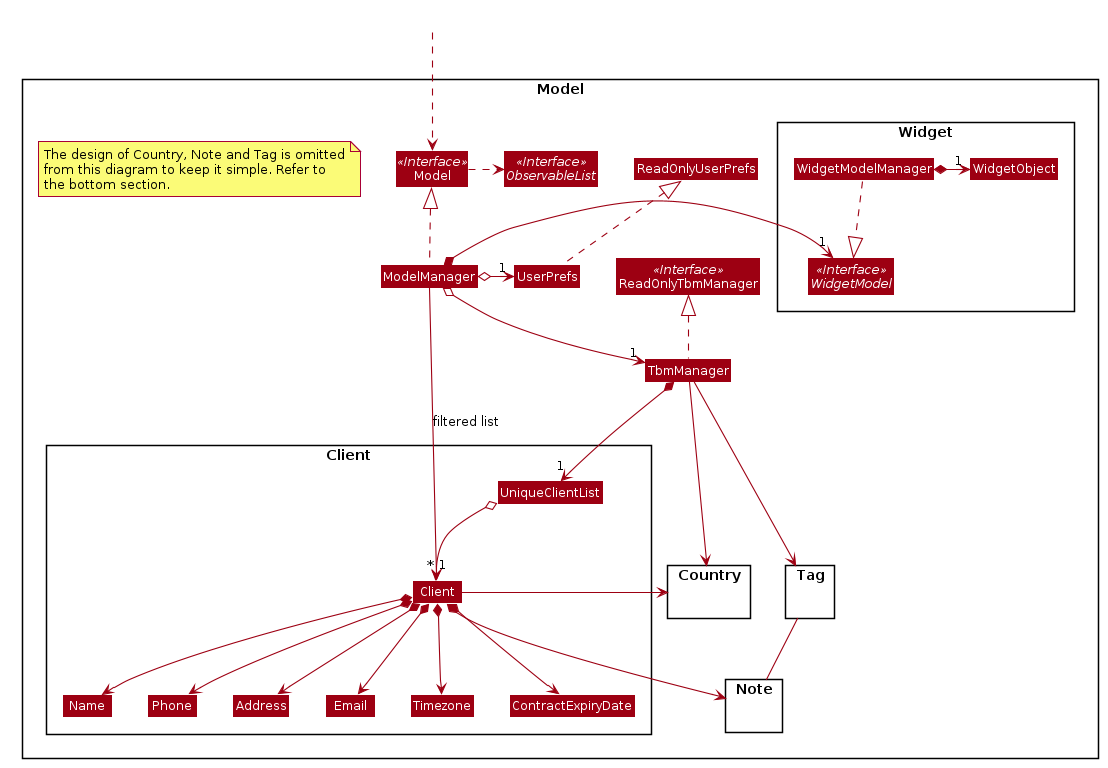
This is docs/images/ModelClassDiagram.png from rtshkmr/tp, a PlantUML export, as it was before one commit.
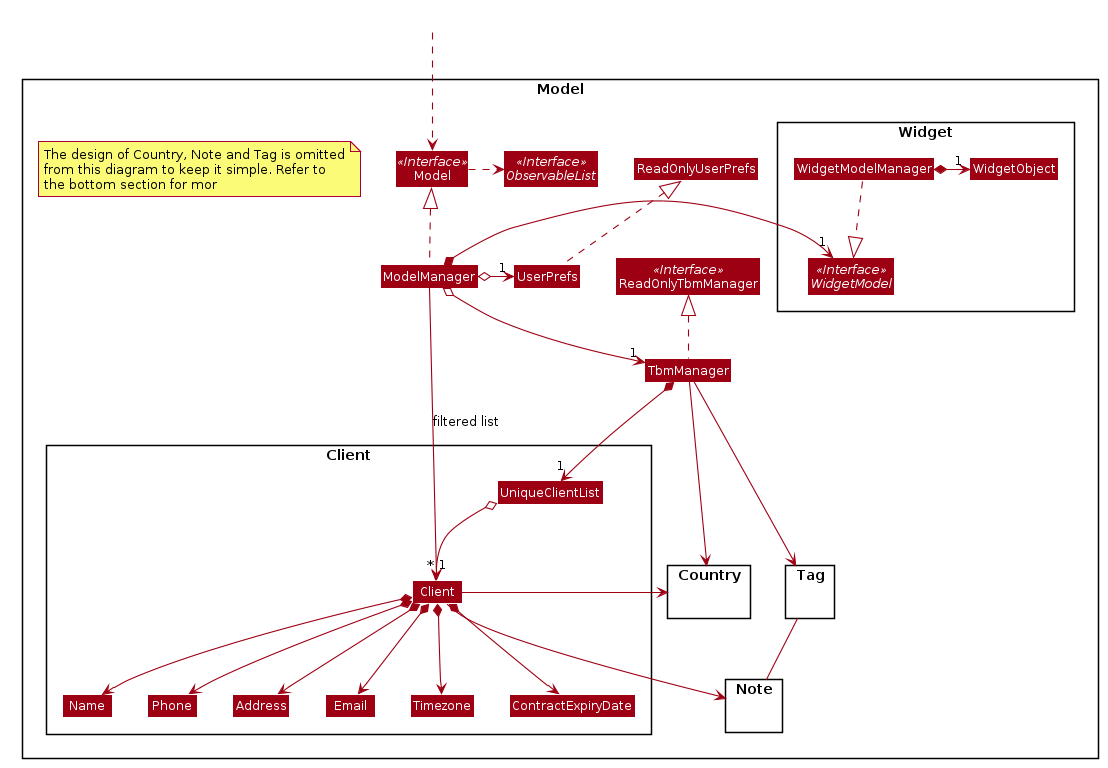
After the change.

Commit message:
Generate PNG images for PlantUML diagrams

Change to the diagram source:
```diff
@@ -69,7 +69,7 @@
 Class WidgetObject
 }
 
-note "The design of Country, Note and Tag is omitted\nfrom this diagram to keep it simple. Refer to\nthe bottom section." as N1
+note "The design of Country, Note and Tag is omitted\nfrom this diagram to keep it simple. Refer to\nthe bottom section for mor" as N1
 
 Package Client {
 Class Client
@@ -117,7 +117,7 @@
 Client *--> Address
 Client *--> ContractExpiryDate
 Client *--> Timezone
-Client *--> Note
+Client --> Note
 Client -right-> Country
 
 Tag -- Note
```
